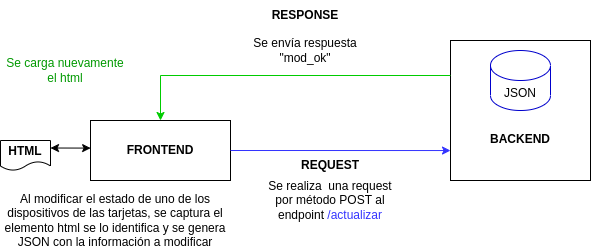
Earlier version of the draw.io export doc/req_post_actualizar.png (chelogithub/app-fullstack-base-2022-i06). Source tidied: cells renumbered, new cells last; positions are measured from the earlier drawing's top-left corner, leaving out a move shared by most shapes. The source it was exported from:
```xml
<mxGraphModel>
  <root>
    <mxCell id="0" />
    <mxCell id="1" parent="0" />
    <mxCell id="2" value="&lt;b&gt;FRONTEND&lt;/b&gt;" style="rounded=0;whiteSpace=wrap;html=1;" parent="1" vertex="1">
      <mxGeometry x="90" y="120" width="140" height="60" as="geometry" />
    </mxCell>
    <mxCell id="3" value="&lt;b&gt;&lt;br&gt;&lt;br&gt;&lt;br&gt;&lt;br&gt;BACKEND&lt;/b&gt;" style="whiteSpace=wrap;html=1;" parent="1" vertex="1">
      <mxGeometry x="450" y="40" width="140" height="140" as="geometry" />
    </mxCell>
    <mxCell id="4" value="JSON" style="shape=cylinder3;whiteSpace=wrap;html=1;boundedLbl=1;backgroundOutline=1;size=15;strokeColor=#0000CC;" parent="1" vertex="1">
      <mxGeometry x="490" y="50" width="60" height="60" as="geometry" />
    </mxCell>
    <mxCell id="5" value="&lt;b&gt;HTML&lt;/b&gt;" style="shape=document;whiteSpace=wrap;html=1;boundedLbl=1;" parent="1" vertex="1">
      <mxGeometry y="140" width="50" height="30" as="geometry" />
    </mxCell>
    <mxCell id="6" style="endArrow=classic;startArrow=classic;html=1;rounded=0;entryX=0.001;entryY=0.46;entryDx=0;entryDy=0;exitX=1;exitY=0.25;exitDx=0;exitDy=0;entryPerimeter=0;" parent="1" edge="1" source="5" target="2">
      <mxGeometry relative="1" as="geometry" />
    </mxCell>
    <mxCell id="7" value="Al modificar el estado de uno de los dispositivos de las tarjetas, se captura el elemento html se lo identifica y se genera JSON con la información a modificar" style="text;html=1;strokeColor=none;fillColor=none;align=center;verticalAlign=middle;whiteSpace=wrap;rounded=0;" parent="1" vertex="1">
      <mxGeometry y="190" width="230" height="60" as="geometry" />
    </mxCell>
    <mxCell id="8" style="endArrow=classic;startArrow=none;html=1;rounded=0;exitX=1;exitY=0.5;exitDx=0;exitDy=0;entryX=0;entryY=0.786;entryDx=0;entryDy=0;entryPerimeter=0;endFill=1;startFill=0;strokeColor=#3333FF;" parent="1" edge="1" source="2" target="3">
      <mxGeometry relative="1" as="geometry" />
    </mxCell>
    <mxCell id="9" value="&lt;b&gt;REQUEST&lt;/b&gt;" style="text;html=1;strokeColor=none;fillColor=none;align=center;verticalAlign=middle;whiteSpace=wrap;rounded=0;" parent="1" vertex="1">
      <mxGeometry x="300" y="150" width="60" height="30" as="geometry" />
    </mxCell>
    <mxCell id="10" value="Se realiza&amp;nbsp; una request por método POST al endpoint &lt;font color=&quot;#3333ff&quot;&gt;/actualizar&lt;br&gt;&lt;/font&gt;" style="text;html=1;strokeColor=none;fillColor=none;align=center;verticalAlign=middle;whiteSpace=wrap;rounded=0;" parent="1" vertex="1">
      <mxGeometry x="265" y="180" width="130" height="40" as="geometry" />
    </mxCell>
    <mxCell id="11" style="edgeStyle=segmentEdgeStyle;endArrow=classic;html=1;rounded=0;fontColor=#3333FF;exitX=0;exitY=0.25;exitDx=0;exitDy=0;entryX=0.5;entryY=0;entryDx=0;entryDy=0;strokeColor=#00CC00;" parent="1" edge="1" source="3" target="2">
      <mxGeometry relative="1" as="geometry" />
    </mxCell>
    <mxCell id="12" value="&lt;b&gt;RESPONSE&lt;/b&gt;" style="text;html=1;strokeColor=none;fillColor=none;align=center;verticalAlign=middle;whiteSpace=wrap;rounded=0;" parent="1" vertex="1">
      <mxGeometry x="275" width="60" height="30" as="geometry" />
    </mxCell>
    <mxCell id="13" value="Se envía respuesta &quot;mod_ok&quot;" style="text;html=1;strokeColor=none;fillColor=none;align=center;verticalAlign=middle;whiteSpace=wrap;rounded=0;" parent="1" vertex="1">
      <mxGeometry x="240" y="30" width="130" height="40" as="geometry" />
    </mxCell>
    <mxCell id="14" value="&lt;font color=&quot;#009900&quot;&gt;Se carga nuevamente el html&lt;/font&gt;" style="text;html=1;strokeColor=none;fillColor=none;align=center;verticalAlign=middle;whiteSpace=wrap;rounded=0;" parent="1" vertex="1">
      <mxGeometry y="50" width="130" height="40" as="geometry" />
    </mxCell>
  </root>
</mxGraphModel>
```
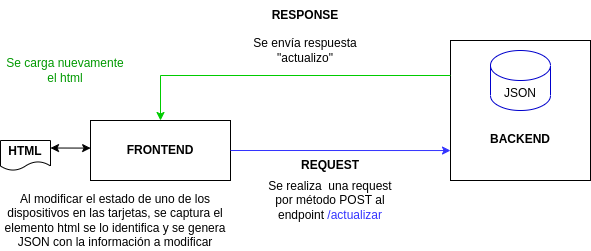
The same file after the commit.

Commit message:
Modificaciones de archivos png

Diff of the diagram source:
```diff
@@ -17,7 +17,7 @@
     <mxCell id="6" style="endArrow=classic;startArrow=classic;html=1;rounded=0;entryX=0.001;entryY=0.46;entryDx=0;entryDy=0;exitX=1;exitY=0.25;exitDx=0;exitDy=0;entryPerimeter=0;" parent="1" edge="1" source="5" target="2">
       <mxGeometry relative="1" as="geometry" />
     </mxCell>
-    <mxCell id="7" value="Al modificar el estado de uno de los dispositivos de las tarjetas, se captura el elemento html se lo identifica y se genera JSON con la información a modificar" style="text;html=1;strokeColor=none;fillColor=none;align=center;verticalAlign=middle;whiteSpace=wrap;rounded=0;" parent="1" vertex="1">
+    <mxCell id="7" value="Al modificar el estado de uno de los dispositivos en las tarjetas, se captura el elemento html se lo identifica y se genera JSON con la información a modificar" style="text;html=1;strokeColor=none;fillColor=none;align=center;verticalAlign=middle;whiteSpace=wrap;rounded=0;" parent="1" vertex="1">
       <mxGeometry y="190" width="230" height="60" as="geometry" />
     </mxCell>
     <mxCell id="8" style="endArrow=classic;startArrow=none;html=1;rounded=0;exitX=1;exitY=0.5;exitDx=0;exitDy=0;entryX=0;entryY=0.786;entryDx=0;entryDy=0;entryPerimeter=0;endFill=1;startFill=0;strokeColor=#3333FF;" parent="1" edge="1" source="2" target="3">
@@ -35,7 +35,7 @@
     <mxCell id="12" value="&lt;b&gt;RESPONSE&lt;/b&gt;" style="text;html=1;strokeColor=none;fillColor=none;align=center;verticalAlign=middle;whiteSpace=wrap;rounded=0;" parent="1" vertex="1">
       <mxGeometry x="275" width="60" height="30" as="geometry" />
     </mxCell>
-    <mxCell id="13" value="Se envía respuesta &quot;mod_ok&quot;" style="text;html=1;strokeColor=none;fillColor=none;align=center;verticalAlign=middle;whiteSpace=wrap;rounded=0;" parent="1" vertex="1">
+    <mxCell id="13" value="Se envía respuesta &quot;actualizo&quot;" style="text;html=1;strokeColor=none;fillColor=none;align=center;verticalAlign=middle;whiteSpace=wrap;rounded=0;" parent="1" vertex="1">
       <mxGeometry x="240" y="30" width="130" height="40" as="geometry" />
     </mxCell>
     <mxCell id="14" value="&lt;font color=&quot;#009900&quot;&gt;Se carga nuevamente el html&lt;/font&gt;" style="text;html=1;strokeColor=none;fillColor=none;align=center;verticalAlign=middle;whiteSpace=wrap;rounded=0;" parent="1" vertex="1">
```
